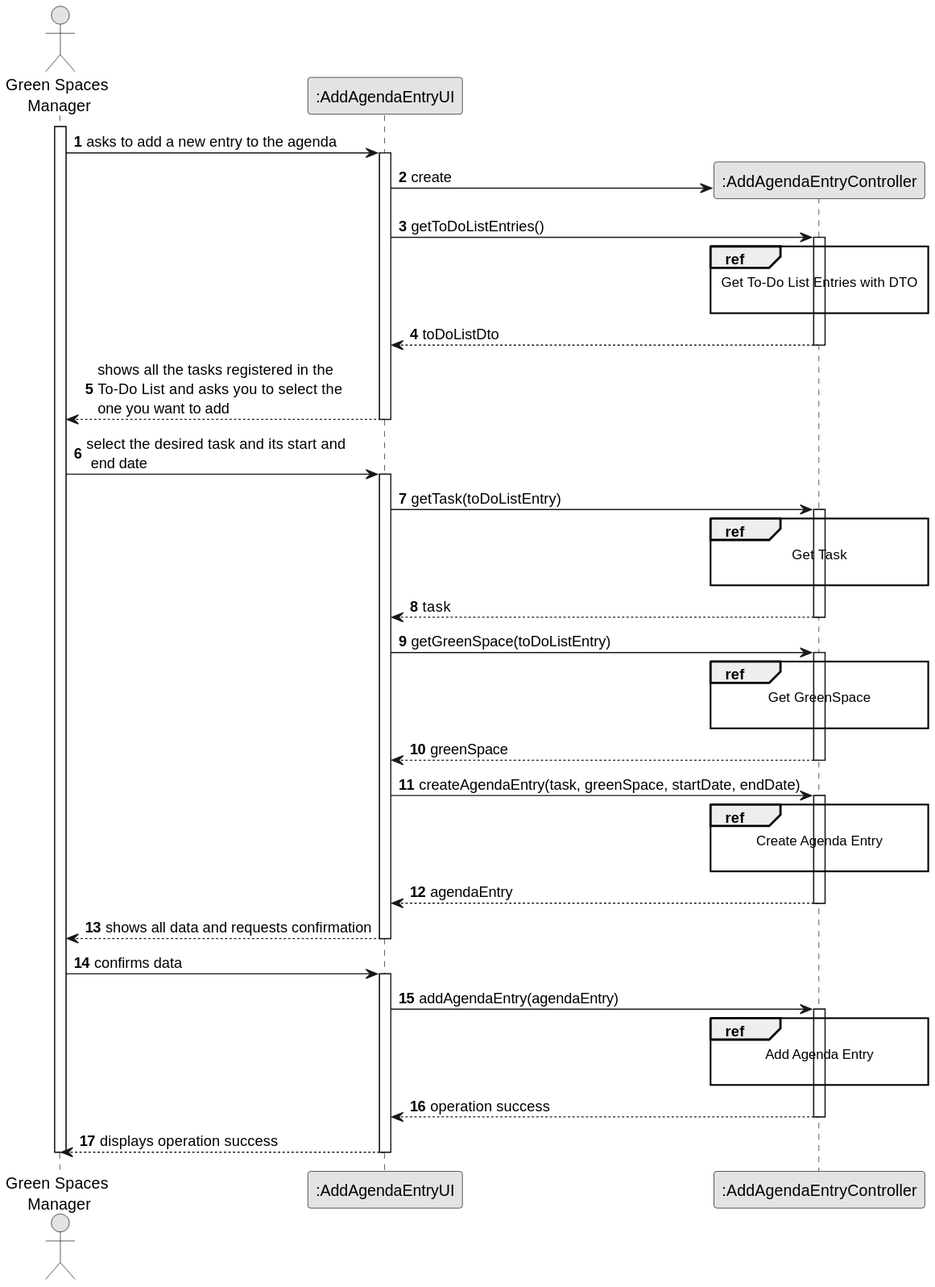
diogoveirospro/lei-24-s2-1dg-g072 keeps this PlantUML diagram as docs/sprintC/us022/03.design/svg/us022-sequence-diagram-split.svg. Above is the earlier version. Source of this version:
```plantuml
@startuml
skinparam monochrome true
skinparam packageStyle rectangle
skinparam shadowing false

autonumber

actor "Green Spaces\n Manager" as GSM
participant ":AddAgendaEntryUI" as UI
participant ":AddAgendaEntryController" as CTRL

activate GSM

    GSM -> UI : asks to add a new entry to the agenda
    activate UI

        UI -> CTRL** : create

        UI -> CTRL : getToDoListEntries()
        activate CTRL

           ref over CTRL
           Get To-Do List Entries with DTO

           end

            CTRL --> UI : toDoListDto
        deactivate CTRL

        UI --> GSM: shows all the tasks registered in the \nTo-Do List and asks you to select the \none you want to add
    deactivate UI

    GSM -> UI: select the desired task and its start and\n end date
    activate UI

        UI -> CTRL : getTask(toDoListEntry)
        activate CTRL

            ref over CTRL
            Get Task

            end

            CTRL --> UI : task
        deactivate CTRL

        UI -> CTRL : getGreenSpace(toDoListEntry)
        activate CTRL

            ref over CTRL
            Get GreenSpace

            end

            CTRL --> UI : greenSpace
        deactivate CTRL

        UI -> CTRL : createAgendaEntry(task, greenSpace, startDate, endDate)
        activate CTRL

            ref over CTRL
            Create Agenda Entry

            end

            CTRL --> UI : agendaEntry
            deactivate CTRL

        UI --> GSM: shows all data and requests confirmation
    deactivate UI

    GSM -> UI: confirms data
    activate UI

        UI -> CTRL : addAgendaEntry(agendaEntry)
        activate CTRL

            ref over CTRL
            Add Agenda Entry

            end

            CTRL --> UI : operation success
        deactivate CTRL

        UI --> GSM: displays operation success
    deactivate UI

deactivate GSM
@enduml
```
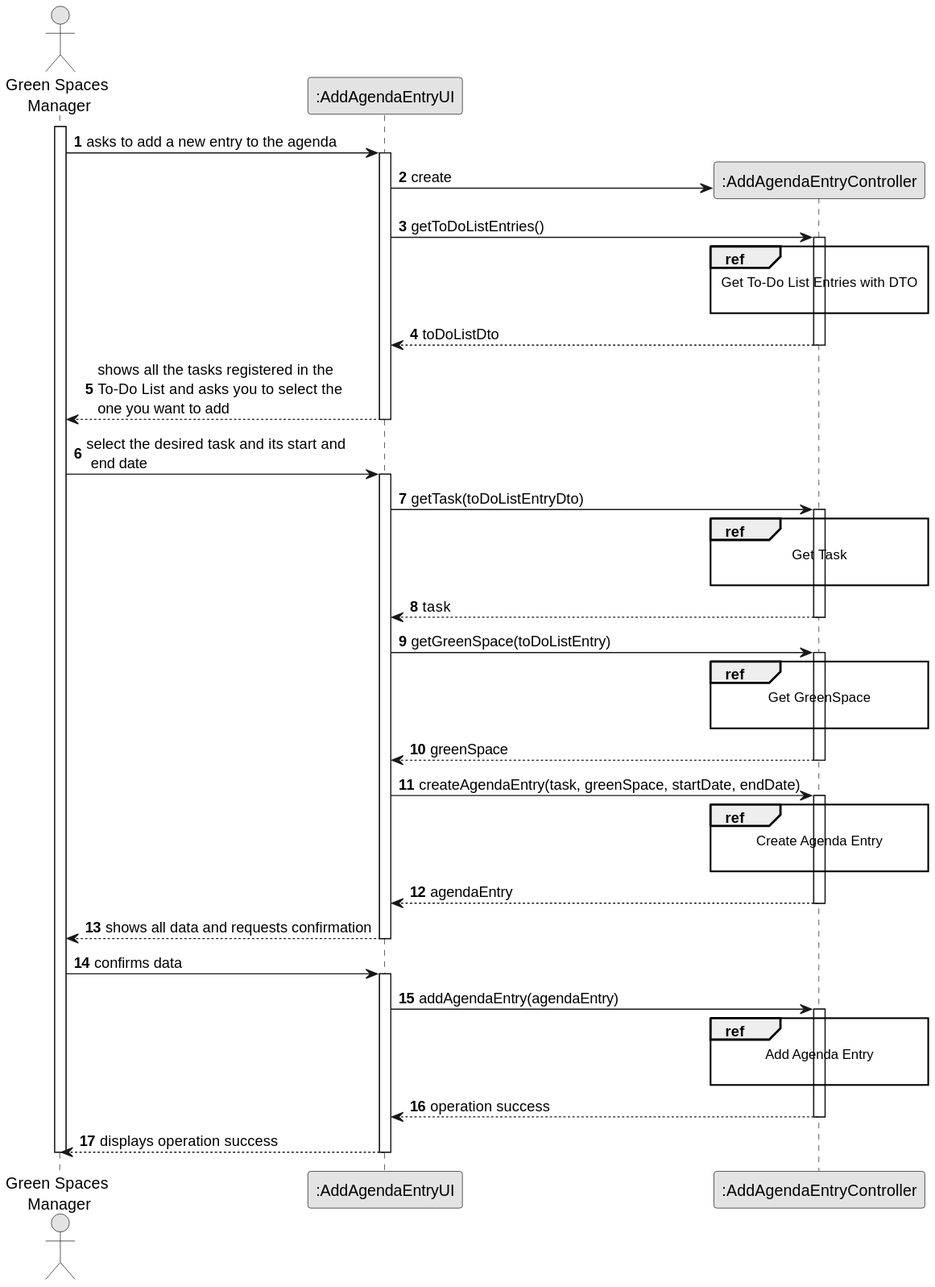
After the change.

Diff of the diagram source:
```diff
@@ -33,7 +33,7 @@
     GSM -> UI: select the desired task and its start and\n end date
     activate UI
 
-        UI -> CTRL : getTask(toDoListEntry)
+        UI -> CTRL : getTask(toDoListEntryDto)
         activate CTRL
 
             ref over CTRL
```
